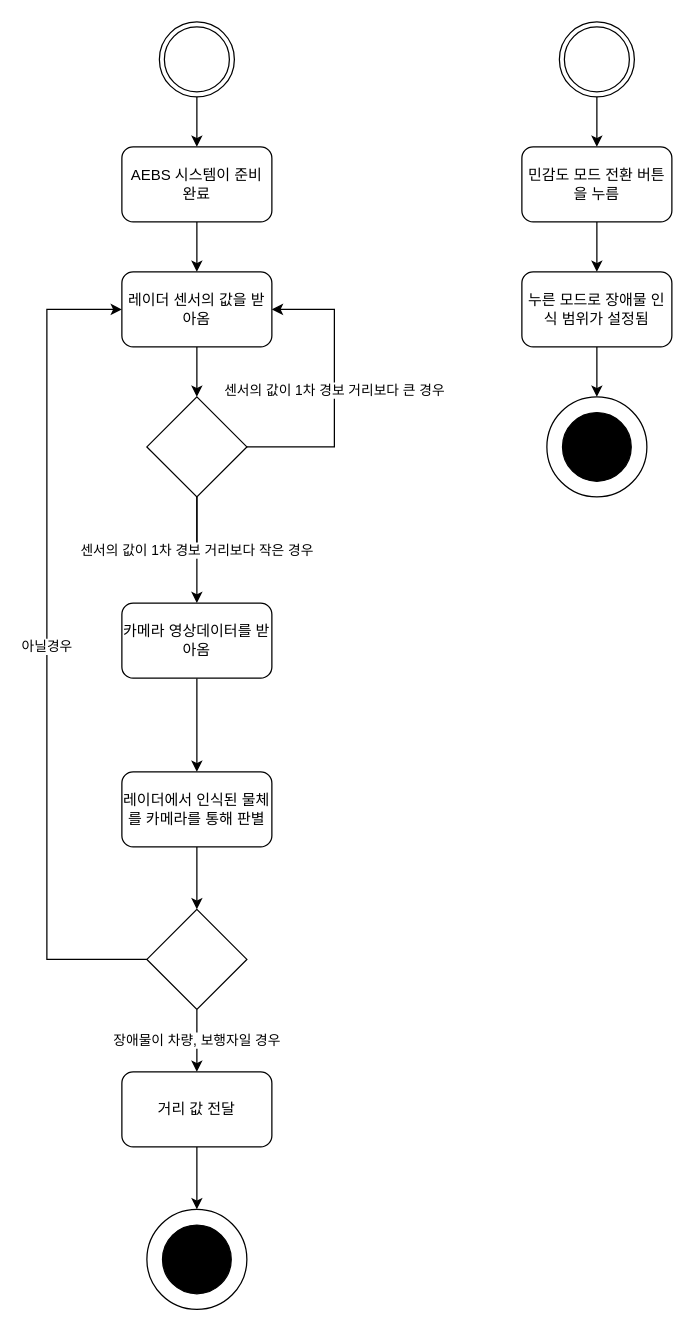
This is inSick.drawio from ONFFLine/Diagram, a draw.io file, before an edit. Source tidied: cells renumbered, new cells numbered last; positions are measured from the earlier drawing's top-left corner, leaving out a move shared by most shapes. Both pictures are drawn from the tidied source at 125%, with x=0, y=0 at pixel (46, 21).
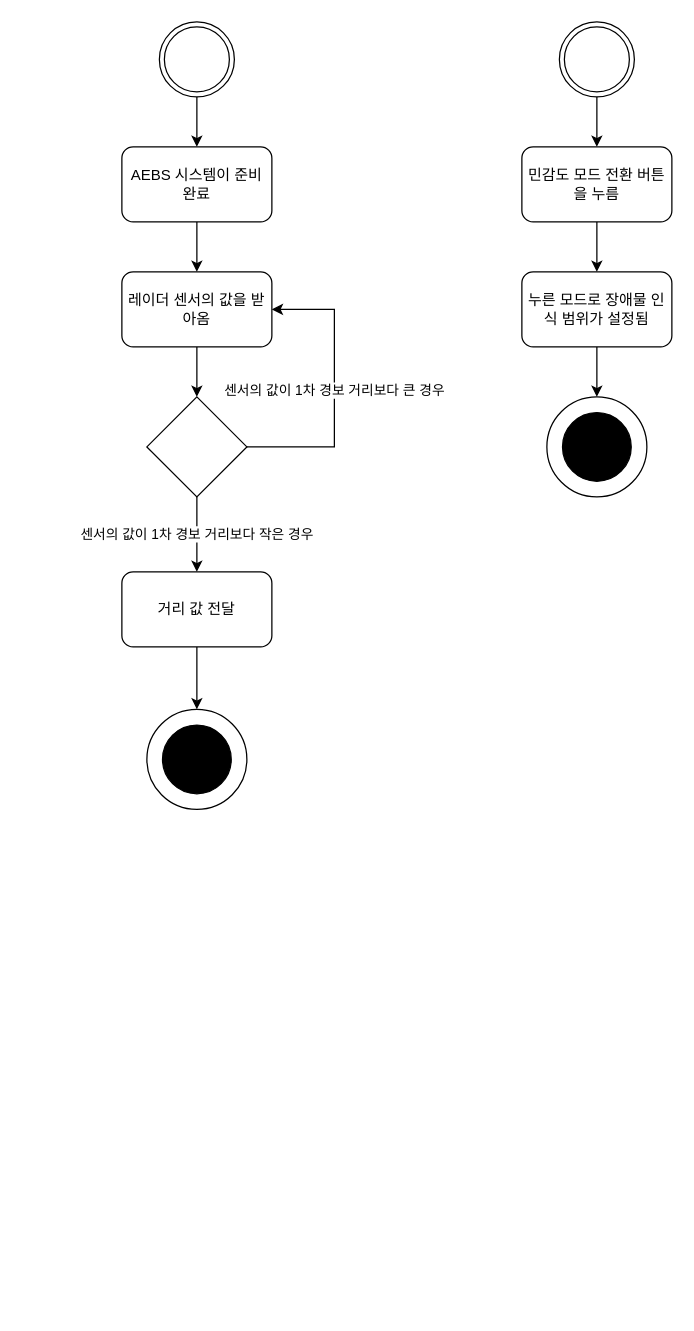
The same page after the edit.

The change refers to these unchanged cells:
```xml
<mxCell id="7" value="레이더 센서의 값을 받아옴" style="rounded=1;whiteSpace=wrap;html=1;" parent="1" vertex="1">
  <mxGeometry x="60" y="200" width="120" height="60" as="geometry" />
</mxCell>
<mxCell id="11" style="rhombus;whiteSpace=wrap;html=1;" parent="1" vertex="1">
  <mxGeometry x="80" y="300" width="80" height="80" as="geometry" />
</mxCell>
```

The edit, as a diff of the source:
```diff
@@
-    <mxCell id="8" style="edgeStyle=orthogonalEdgeStyle;rounded=0;jettySize=auto;html=1;" parent="1" edge="1" source="11">
-      <mxGeometry relative="1" as="geometry">
-        <mxPoint x="120" y="430" as="targetPoint" />
-      </mxGeometry>
-    </mxCell>
-    <mxCell id="9" value="센서의 값이 1차 경보 거리보다 작은 경우" style="edgeStyle=orthogonalEdgeStyle;rounded=0;jettySize=auto;html=1;" parent="1" edge="1" source="11" target="20">
+    <mxCell id="9" value="센서의 값이 1차 경보 거리보다 작은 경우" style="edgeStyle=orthogonalEdgeStyle;rounded=0;jettySize=auto;html=1;" parent="1" edge="1" source="11" target="25">
       <mxGeometry relative="1" as="geometry" />
     </mxCell>
@@
-    <mxCell id="18" style="edgeStyle=orthogonalEdgeStyle;rounded=0;jettySize=auto;html=1;startArrow=none;" parent="1" edge="1" source="26" target="23">
-      <mxGeometry relative="1" as="geometry" />
-    </mxCell>
-    <mxCell id="19" style="edgeStyle=orthogonalEdgeStyle;rounded=0;jettySize=auto;html=1;" parent="1" edge="1" source="20" target="26">
-      <mxGeometry relative="1" as="geometry" />
-    </mxCell>
-    <mxCell id="20" value="카메라 영상데이터를 받아옴" style="rounded=1;whiteSpace=wrap;html=1;" parent="1" vertex="1">
-      <mxGeometry x="60" y="465" width="120" height="60" as="geometry" />
-    </mxCell>
-    <mxCell id="21" value="장애물이 차량, 보행자일 경우" style="edgeStyle=orthogonalEdgeStyle;rounded=0;jettySize=auto;html=1;entryX=0.5;entryY=0;entryDx=0;entryDy=0;" parent="1" edge="1" source="23" target="25">
-      <mxGeometry relative="1" as="geometry" />
-    </mxCell>
-    <mxCell id="22" value="아닐경우" style="edgeStyle=orthogonalEdgeStyle;rounded=0;jettySize=auto;html=1;" parent="1" edge="1" source="23" target="7">
-      <mxGeometry relative="1" as="geometry">
-        <Array as="points">
-          <mxPoint y="750" />
-          <mxPoint y="230" />
-        </Array>
-      </mxGeometry>
-    </mxCell>
-    <mxCell id="23" style="rhombus;whiteSpace=wrap;html=1;" parent="1" vertex="1">
-      <mxGeometry x="80" y="710" width="80" height="80" as="geometry" />
-    </mxCell>
@@
     <mxCell id="25" value="거리 값 전달" style="rounded=1;whiteSpace=wrap;html=1;" parent="1" vertex="1">
-      <mxGeometry x="60" y="840" width="120" height="60" as="geometry" />
+      <mxGeometry x="60" y="440" width="120" height="60" as="geometry" />
     </mxCell>
-    <mxCell id="26" value="레이더에서 인식된 물체를 카메라를 통해 판별" style="rounded=1;whiteSpace=wrap;html=1;" parent="1" vertex="1">
-      <mxGeometry x="60" y="600" width="120" height="60" as="geometry" />
-    </mxCell>
@@
     <mxCell id="29" style="ellipse;whiteSpace=wrap;html=1;fillColor=#FFFFFF;" parent="1" vertex="1">
-      <mxGeometry x="80" y="950" width="80" height="80" as="geometry" />
+      <mxGeometry x="80" y="550" width="80" height="80" as="geometry" />
     </mxCell>
     <mxCell id="30" style="ellipse;whiteSpace=wrap;html=1;fillColor=#000000;" parent="1" vertex="1">
-      <mxGeometry x="92.5" y="962.5" width="55" height="55" as="geometry" />
+      <mxGeometry x="92.5" y="562.5" width="55" height="55" as="geometry" />
     </mxCell>
```
